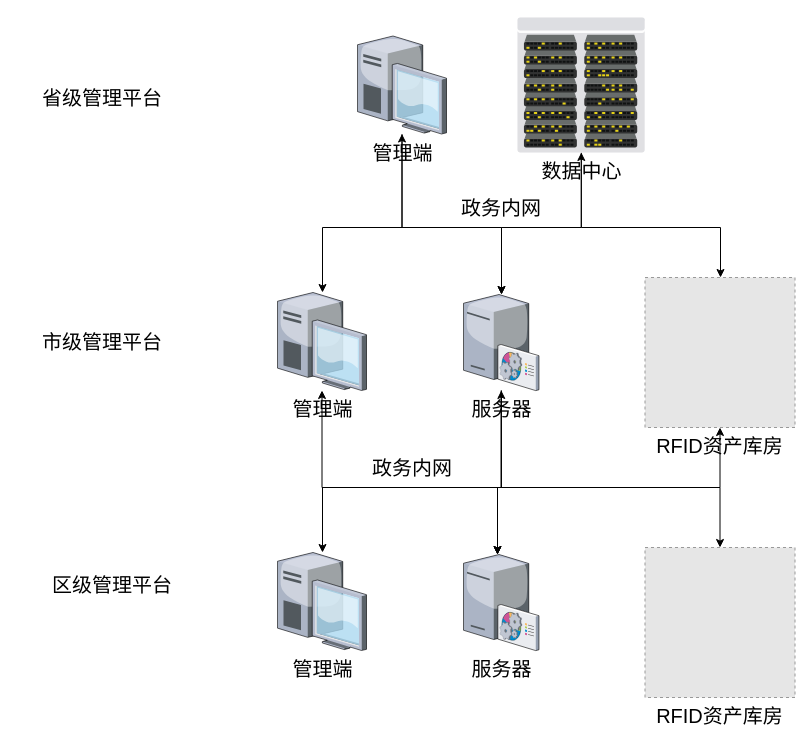
captain188/draw.io keeps this draw.io diagram as 资产管理系统分级部署.drawio. Above is the earlier version. Source tidied: cells renumbered, new cells numbered last; positions are measured from the earlier drawing's top-left corner, leaving out a move shared by most shapes. Both pictures are drawn from the tidied source at 100%, with x=0, y=0 at pixel (17, 17). Pictures stored in the file or linked from it are replaced by grey dashed boxes.
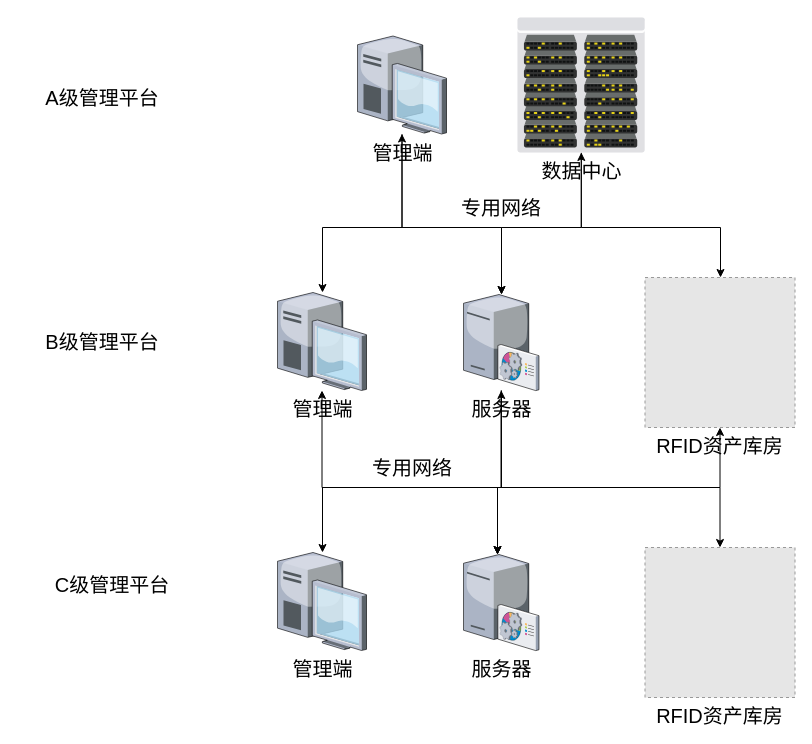
The same diagram, later.

Commit message:
更新资产管理系统分级部署.drawio

What changed in the source:
```diff
@@
-    <mxCell id="8" value="&lt;font style=&quot;font-size: 20px;&quot;&gt;省级管理平台&lt;/font&gt;" style="text;strokeColor=none;align=center;fillColor=none;html=1;verticalAlign=middle;whiteSpace=wrap;rounded=0;" parent="1" vertex="1">
+    <mxCell id="8" value="&lt;font style=&quot;font-size: 20px;&quot;&gt;A级管理平台&lt;/font&gt;" style="text;strokeColor=none;align=center;fillColor=none;html=1;verticalAlign=middle;whiteSpace=wrap;rounded=0;" parent="1" vertex="1">
       <mxGeometry y="50" width="170" height="60" as="geometry" />
     </mxCell>
@@
-    <mxCell id="15" value="&lt;font style=&quot;font-size: 20px;&quot;&gt;市级管理平台&lt;/font&gt;" style="text;strokeColor=none;align=center;fillColor=none;html=1;verticalAlign=middle;whiteSpace=wrap;rounded=0;" parent="1" vertex="1">
+    <mxCell id="15" value="&lt;font style=&quot;font-size: 20px;&quot;&gt;B级管理平台&lt;/font&gt;" style="text;strokeColor=none;align=center;fillColor=none;html=1;verticalAlign=middle;whiteSpace=wrap;rounded=0;" parent="1" vertex="1">
       <mxGeometry y="294" width="170" height="60" as="geometry" />
     </mxCell>
@@
-    <mxCell id="18" value="&lt;font style=&quot;font-size: 20px;&quot;&gt;区级管理平台&lt;/font&gt;" style="text;strokeColor=none;align=center;fillColor=none;html=1;verticalAlign=middle;whiteSpace=wrap;rounded=0;" parent="1" vertex="1">
+    <mxCell id="18" value="&lt;font style=&quot;font-size: 20px;&quot;&gt;C级管理平台&lt;/font&gt;" style="text;strokeColor=none;align=center;fillColor=none;html=1;verticalAlign=middle;whiteSpace=wrap;rounded=0;" parent="1" vertex="1">
       <mxGeometry x="10" y="537" width="170" height="60" as="geometry" />
     </mxCell>
@@
-    <mxCell id="22" value="&lt;font style=&quot;font-size: 20px;&quot;&gt;政务内网&lt;/font&gt;" style="text;strokeColor=none;align=center;fillColor=none;html=1;verticalAlign=middle;whiteSpace=wrap;rounded=0;" parent="1" vertex="1">
+    <mxCell id="22" value="&lt;font style=&quot;font-size: 20px;&quot;&gt;专用网络&lt;/font&gt;" style="text;strokeColor=none;align=center;fillColor=none;html=1;verticalAlign=middle;whiteSpace=wrap;rounded=0;" parent="1" vertex="1">
       <mxGeometry x="310" y="420" width="170" height="60" as="geometry" />
     </mxCell>
-    <mxCell id="23" value="&lt;font style=&quot;font-size: 20px;&quot;&gt;政务内网&lt;/font&gt;" style="text;strokeColor=none;align=center;fillColor=none;html=1;verticalAlign=middle;whiteSpace=wrap;rounded=0;" parent="1" vertex="1">
+    <mxCell id="23" value="&lt;span style=&quot;font-size: 20px;&quot;&gt;专用网络&lt;/span&gt;" style="text;strokeColor=none;align=center;fillColor=none;html=1;verticalAlign=middle;whiteSpace=wrap;rounded=0;" parent="1" vertex="1">
       <mxGeometry x="399" y="160" width="170" height="60" as="geometry" />
     </mxCell>
```
